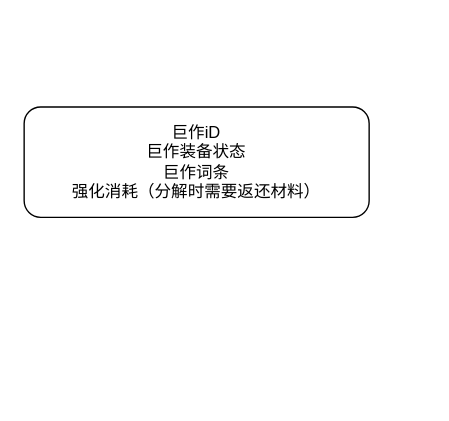
Earlier version of the draw.io diagram 数值相关.drawio (junpfeng/UE). Source tidied: cells renumbered, new cells numbered last; positions are measured from the earlier drawing's top-left corner, leaving out a move shared by most shapes. Both pictures are drawn from the tidied source at 138%, with x=0, y=0 at pixel (23, 106).
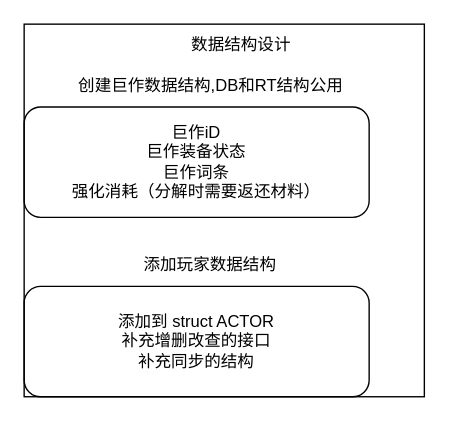
Above is the later version.

Commit message (it also covers changes not shown here):
更新数值相关.drawio

Diff of the diagram source:
```diff
@@
 <mxGraphModel>
   <root>
     <mxCell id="0" />
     <mxCell id="1" parent="0" />
     <mxCell id="2" value="巨作iD&lt;div&gt;巨作装备状态&lt;/div&gt;&lt;div&gt;巨作词条&lt;/div&gt;&lt;div&gt;强化消耗（分解时需要返还材料）&lt;/div&gt;" style="rounded=1;whiteSpace=wrap;html=1;" parent="1" vertex="1">
       <mxGeometry width="250" height="80" as="geometry" />
     </mxCell>
+    <mxCell id="3" value="创建巨作数据结构,DB和RT结构公用" style="text;html=1;align=center;verticalAlign=middle;whiteSpace=wrap;rounded=0;" parent="1" vertex="1">
+      <mxGeometry x="32.5" y="-30" width="205" height="30" as="geometry" />
+    </mxCell>
+    <mxCell id="4" value="添加到 struct ACTOR&lt;br&gt;&lt;div&gt;补充增删改查的接口&lt;/div&gt;&lt;div&gt;补充同步的结构&lt;/div&gt;" style="rounded=1;whiteSpace=wrap;html=1;" parent="1" vertex="1">
+      <mxGeometry y="130" width="250" height="80" as="geometry" />
+    </mxCell>
+    <mxCell id="5" value="添加玩家数据结构" style="text;html=1;align=center;verticalAlign=middle;whiteSpace=wrap;rounded=0;" parent="1" vertex="1">
+      <mxGeometry x="60" y="100" width="150" height="30" as="geometry" />
+    </mxCell>
+    <mxCell id="6" style="rounded=0;whiteSpace=wrap;html=1;fillColor=none;" parent="1" vertex="1">
+      <mxGeometry y="-60" width="290" height="270" as="geometry" />
+    </mxCell>
+    <mxCell id="7" value="数据结构设计" style="text;html=1;align=center;verticalAlign=middle;whiteSpace=wrap;rounded=0;" parent="1" vertex="1">
+      <mxGeometry x="105" y="-60" width="105" height="30" as="geometry" />
+    </mxCell>
   </root>
 </mxGraphModel>
```
